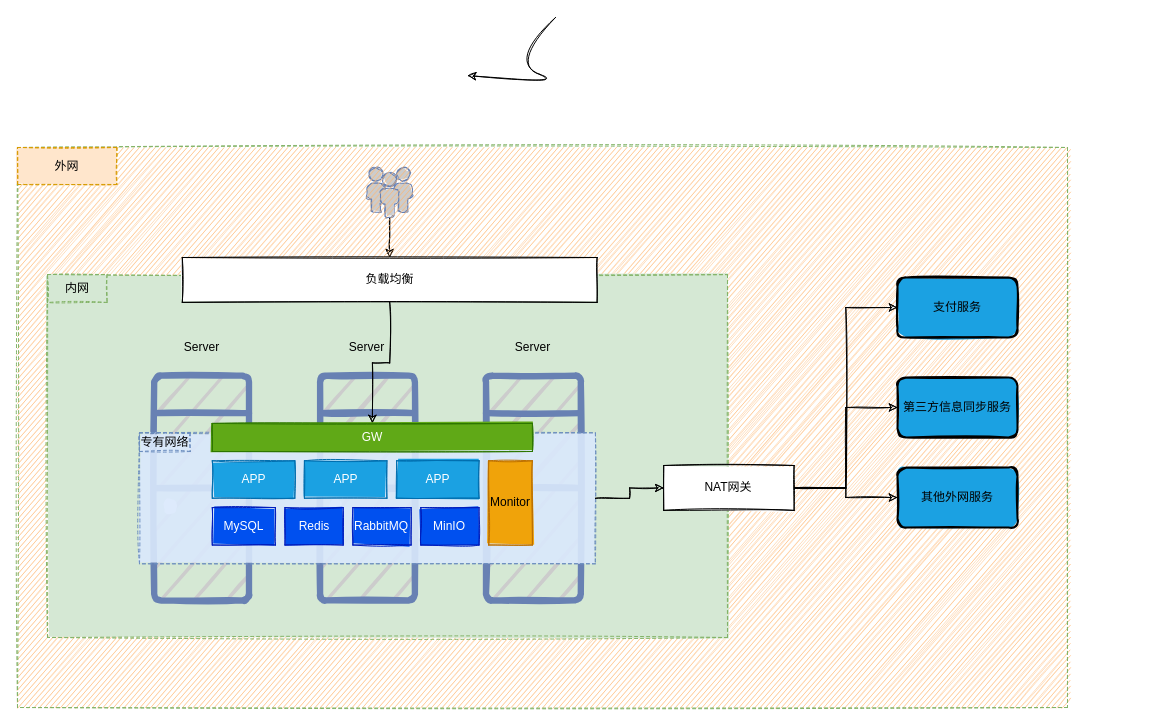
Before: 私有化部署.drawio in liolay/draw, a draw.io diagram. Source tidied: cells renumbered, new cells numbered last; positions are measured from the earlier drawing's top-left corner, leaving out a move shared by most shapes. Both pictures are drawn from the tidied source at 100%, with x=0, y=0 at pixel (17, 17).
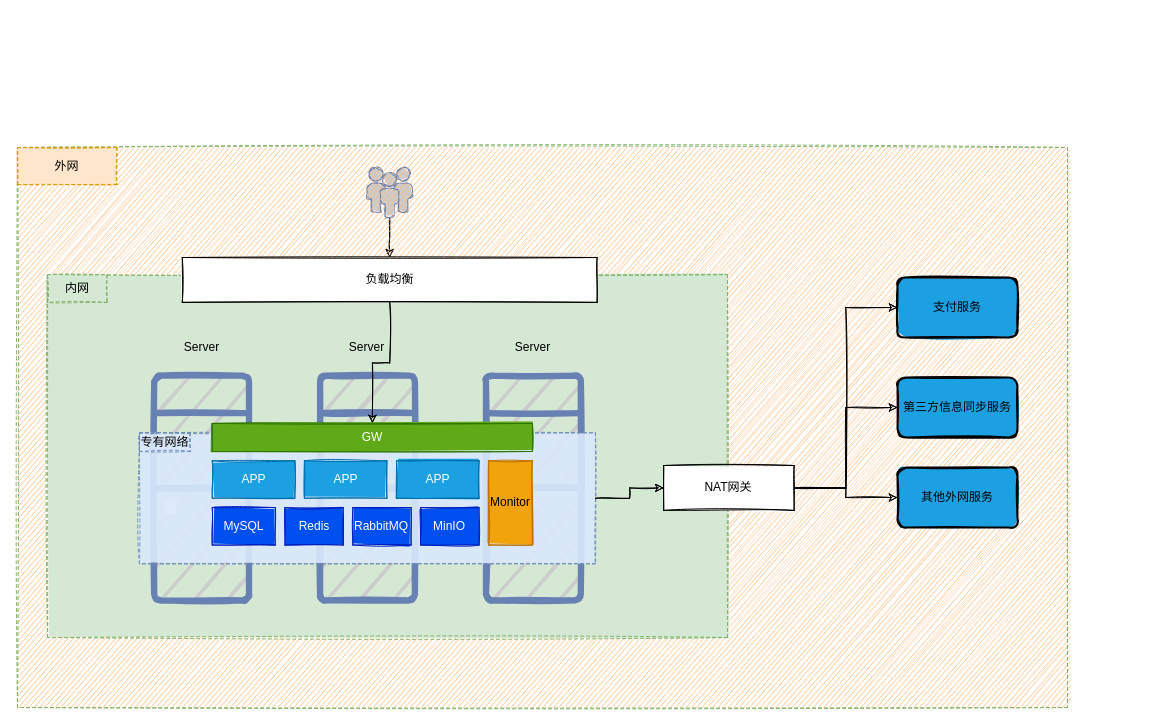
The same diagram, later.

Commit message:
更新私有化部署.drawio

The edit, as a diff of the source:
```diff
@@
-    <mxCell id="2" style="curved=1;endArrow=classic;html=1;rounded=0;sketch=1;entryX=0.5;entryY=0;entryDx=0;entryDy=0;exitX=0.5;exitY=1;exitDx=0;exitDy=0;" parent="1" edge="1">
-      <mxGeometry relative="1" as="geometry">
-        <mxPoint x="538" as="sourcePoint" />
-        <mxPoint x="450" y="58" as="targetPoint" />
-        <Array as="points">
-          <mxPoint x="493" y="47" />
-          <mxPoint x="552" y="67" />
-        </Array>
-      </mxGeometry>
-    </mxCell>
```
